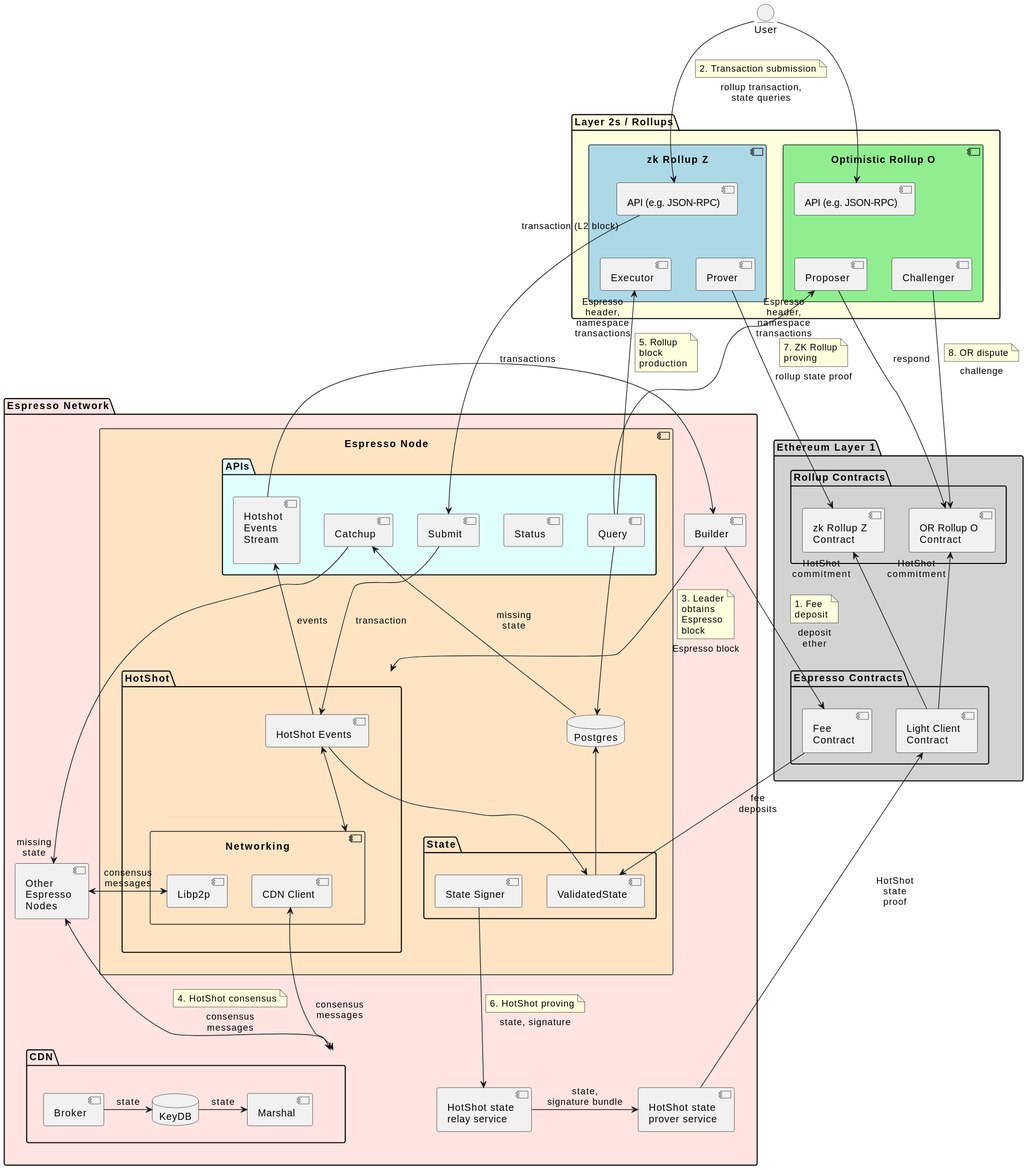
Earlier version of the PlantUML export doc/architecture.svg (EspressoSystems/espresso-sequencer).
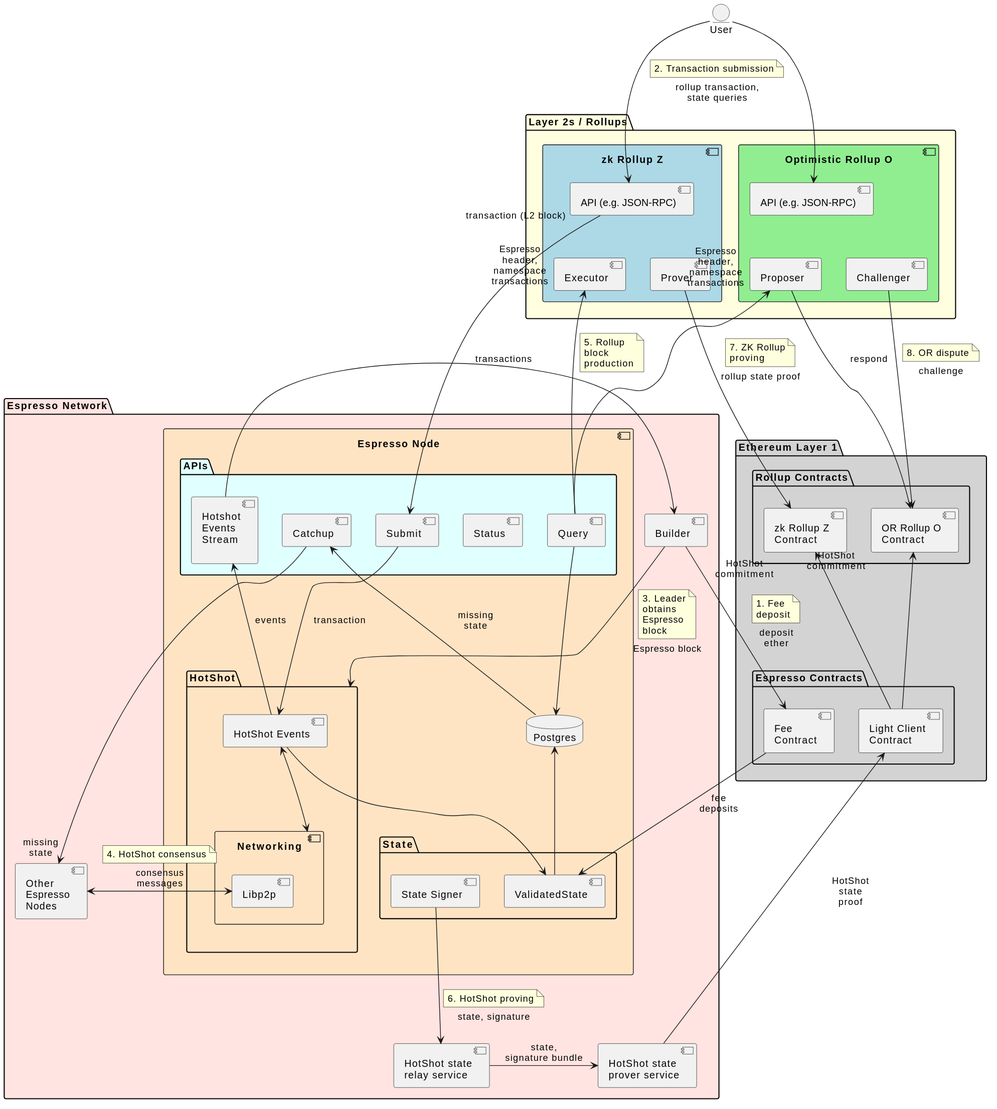
Above is the later version.

Commit message:
docs(architecture): drop the CDN from the diagram

Diff of the diagram source:
```diff
@@ -1,15 +1,6 @@
 @startuml
 package "Espresso Network" as Network #MistyRose {
     component "Other\nEspresso\nNodes" as Nodes
-    package CDN {
-        component Broker
-        component Marshal
-        database KeyDB
-    }
-
-    Broker -> KeyDB: state
-    KeyDB -> Marshal: state
-
     component "Espresso Node" as Seq #Bisque {
         database "Postgres" as DB
         package APIs #LightCyan {
@@ -22,7 +13,6 @@
         package HotShot {
             component "Networking"{
                 component Libp2p
-                component "CDN Client"
             }
             component "HotShot Events" as Events
         }
@@ -39,8 +29,6 @@
 
 Nodes <-up- Catchup: "missing\nstate" " "
 Nodes <-> Libp2p: consensus\nmessages
-"CDN Client" <--> CDN: consensus\nmessages
-Nodes <--> CDN: consensus\nmessages
 note top of link
     4. HotShot consensus
 end note
```
